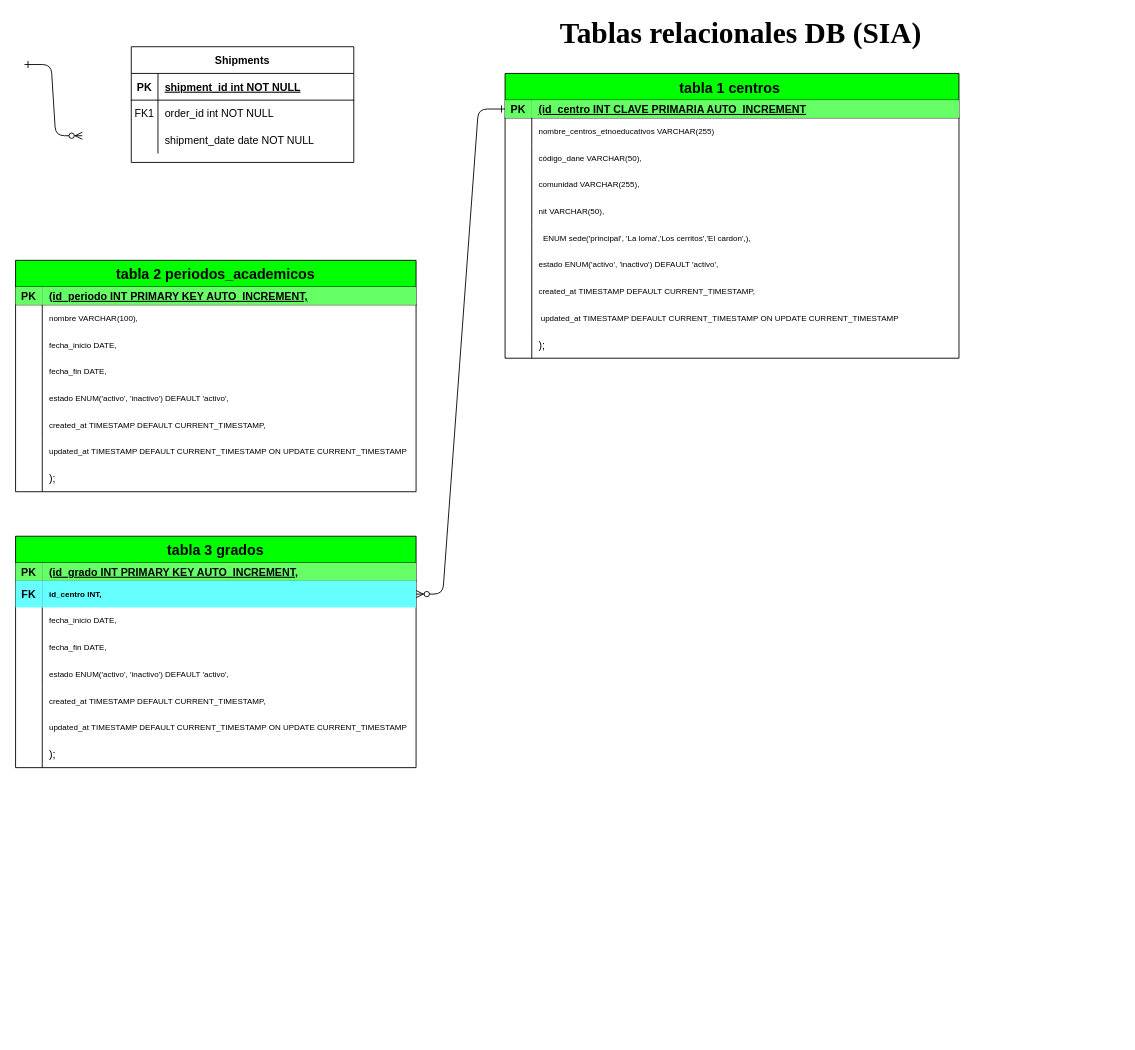
Above: digramas/Diagrama sin título.drawio in Andreszxc2001/Sistema-Integral-de-Asistencias-SIA- (draw.io), before the change. Source tidied: cells renumbered, new cells numbered last; positions are measured from the earlier drawing's top-left corner, leaving out a move shared by most shapes. Both pictures are drawn from the tidied source at 89%, with x=0, y=0 at pixel (-123, 20).
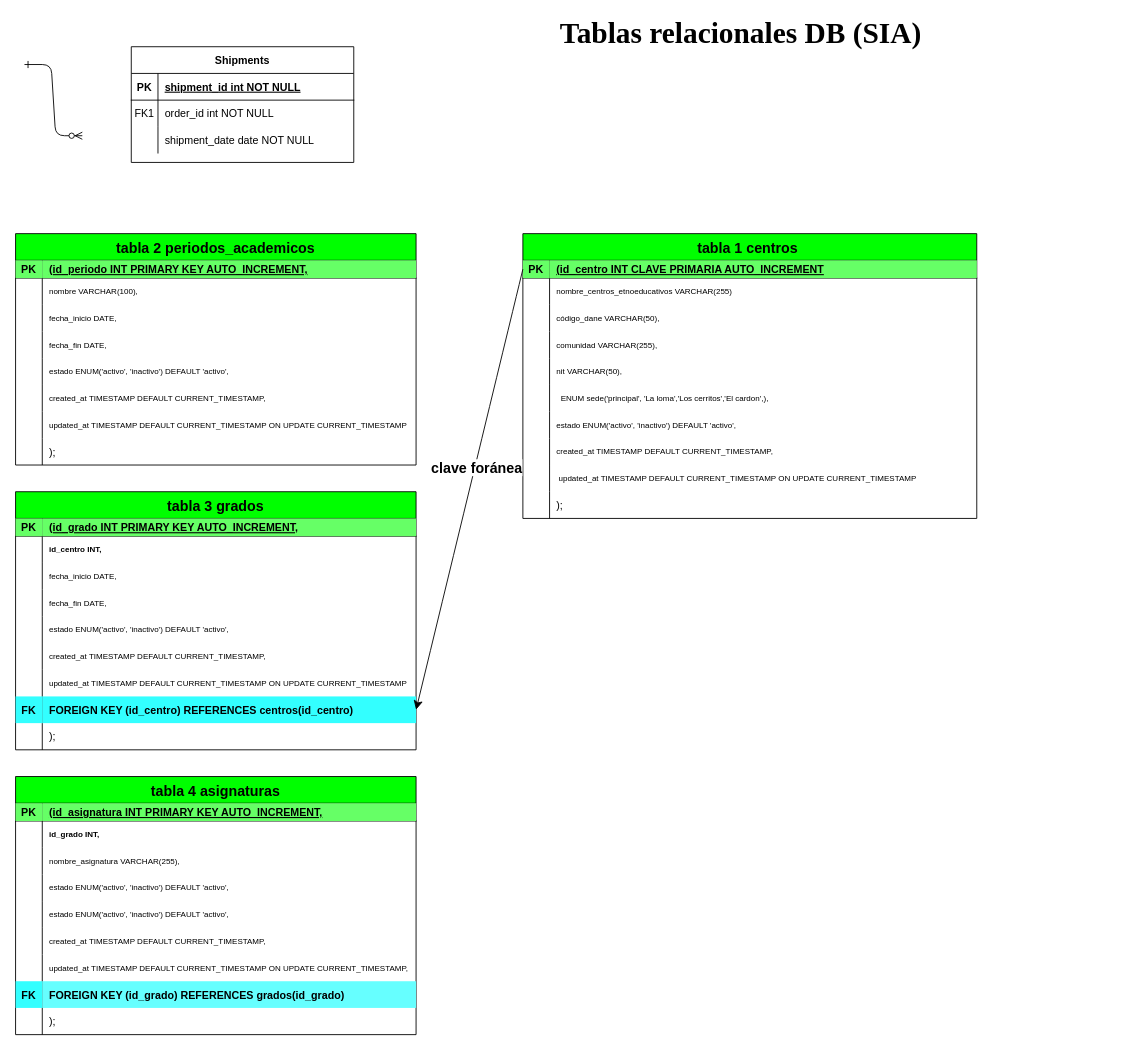
Above is the later version.

The change refers to these unchanged cells:
```xml
<mxCell id="3" style="shape=partialRectangle;fillColor=none;points=[[0,0.5],[1,0.5]];portConstraint=eastwest;top=0;left=0;right=0;bottom=1;" parent="2" vertex="1">
  <mxGeometry y="30" width="510" height="20" as="geometry" />
</mxCell>
<mxCell id="74" style="shape=partialRectangle;fillColor=none;points=[[0,0.5],[1,0.5]];portConstraint=eastwest;top=0;left=0;right=0;bottom=0;" parent="70" vertex="1">
  <mxGeometry y="50" width="450" height="30" as="geometry" />
</mxCell>
<mxCell id="92" style="shape=partialRectangle;fillColor=none;points=[[0,0.5],[1,0.5]];portConstraint=eastwest;top=0;left=0;right=0;bottom=0;" parent="70" vertex="1">
  <mxGeometry y="230" width="450" height="30" as="geometry" />
</mxCell>
```

Change to the diagram source:
```diff
@@
     <mxCell id="2" value="tabla 1 centros " style="shape=table;startSize=30;childLayout=tableLayout;rowLines=0;fontStyle=1;align=center;fillColor=#00FF00;fontSize=16;" parent="1" vertex="1">
-      <mxGeometry x="705" y="60" width="510" height="320" as="geometry" />
+      <mxGeometry x="725" y="240" width="510" height="320" as="geometry" />
     </mxCell>
@@
     <mxCell id="44" value="tabla 2 periodos_academicos" style="shape=table;startSize=30;childLayout=tableLayout;rowLines=0;fontStyle=1;align=center;fillColor=#00FF00;fontSize=16;" parent="1" vertex="1">
-      <mxGeometry x="155" y="270" width="450" height="260" as="geometry" />
+      <mxGeometry x="155" y="240" width="450" height="260" as="geometry" />
     </mxCell>
@@
     <mxCell id="70" value="tabla 3 grados" style="shape=table;startSize=30;childLayout=tableLayout;rowLines=0;fontStyle=1;align=center;fillColor=#00FF00;fontSize=16;" parent="1" vertex="1">
-      <mxGeometry x="155" y="580" width="450" height="260" as="geometry" />
+      <mxGeometry x="155" y="530" width="450" height="290" as="geometry" />
     </mxCell>
@@
-    <mxCell id="75" value="FK" style="shape=partialRectangle;overflow=hidden;fillColor=#66FFFF;top=0;left=0;bottom=0;right=0;strokeColor=#000000;fontStyle=1;" parent="74" vertex="1">
+    <mxCell id="75" style="shape=partialRectangle;overflow=hidden;fillColor=none;top=0;left=0;bottom=0;right=0;strokeColor=#000000;fontStyle=1;" parent="74" vertex="1">
       <mxGeometry width="30" height="30" as="geometry" />
     </mxCell>
-    <mxCell id="76" value="id_centro INT," style="shape=partialRectangle;overflow=hidden;fillColor=#66FFFF;top=0;left=0;bottom=0;right=0;align=left;spacingLeft=6;fontSize=9;fontStyle=1;" parent="74" vertex="1">
+    <mxCell id="76" value="id_centro INT," style="shape=partialRectangle;overflow=hidden;fillColor=none;top=0;left=0;bottom=0;right=0;align=left;spacingLeft=6;fontSize=9;fontStyle=1;" parent="74" vertex="1">
       <mxGeometry x="30" width="420" height="30" as="geometry" />
     </mxCell>
@@
-    <mxCell id="93" style="shape=partialRectangle;overflow=hidden;fillColor=none;top=0;left=0;bottom=0;right=0;" parent="92" vertex="1">
+    <mxCell id="93" value="FK" style="shape=partialRectangle;overflow=hidden;fillColor=#33FFFF;top=0;left=0;bottom=0;right=0;fontStyle=1;" parent="92" vertex="1">
       <mxGeometry width="30" height="30" as="geometry" />
     </mxCell>
-    <mxCell id="94" value=");" style="shape=partialRectangle;overflow=hidden;fillColor=none;top=0;left=0;bottom=0;right=0;align=left;spacingLeft=6;" parent="92" vertex="1">
+    <mxCell id="94" value="FOREIGN KEY (id_centro) REFERENCES centros(id_centro)" style="shape=partialRectangle;overflow=hidden;fillColor=#33FFFF;top=0;left=0;bottom=0;right=0;align=left;spacingLeft=6;fontStyle=1;" parent="92" vertex="1">
       <mxGeometry x="30" width="420" height="30" as="geometry" />
     </mxCell>
-    <mxCell id="95" style="edgeStyle=entityRelationEdgeStyle;endArrow=ERzeroToMany;startArrow=ERone;endFill=1;startFill=0;" parent="1" edge="1" source="3" target="74">
-      <mxGeometry relative="1" as="geometry" />
-    </mxCell>
+    <mxCell id="96" style="shape=partialRectangle;fillColor=none;top=0;left=0;right=0;bottom=0;" parent="70" vertex="1">
+      <mxGeometry y="260" width="450" height="30" as="geometry" />
+    </mxCell>
+    <mxCell id="97" style="shape=partialRectangle;overflow=hidden;fillColor=none;top=0;left=0;bottom=0;right=0;" parent="96" vertex="1">
+      <mxGeometry width="30" height="30" as="geometry" />
+    </mxCell>
+    <mxCell id="98" value=");" style="shape=partialRectangle;overflow=hidden;fillColor=none;top=0;left=0;bottom=0;right=0;align=left;spacingLeft=6;" parent="96" vertex="1">
+      <mxGeometry x="30" width="420" height="30" as="geometry" />
+    </mxCell>
+    <mxCell id="99" value="tabla 4 asignaturas" style="shape=table;startSize=30;childLayout=tableLayout;rowLines=0;fontStyle=1;align=center;fillColor=#00FF00;fontSize=16;" parent="1" vertex="1">
+      <mxGeometry x="155" y="850" width="450" height="290" as="geometry" />
+    </mxCell>
+    <mxCell id="100" style="shape=partialRectangle;fillColor=none;top=0;left=0;right=0;bottom=1;" parent="99" vertex="1">
+      <mxGeometry y="30" width="450" height="20" as="geometry" />
+    </mxCell>
+    <mxCell id="101" value="PK" style="shape=partialRectangle;overflow=hidden;fillColor=#66FF66;top=0;left=0;bottom=0;right=0;fontStyle=1;" parent="100" vertex="1">
+      <mxGeometry width="30" height="20" as="geometry" />
+    </mxCell>
+    <mxCell id="102" value="(id_asignatura INT PRIMARY KEY AUTO_INCREMENT," style="shape=partialRectangle;overflow=hidden;fillColor=#66FF66;top=0;left=0;bottom=0;right=0;align=left;spacingLeft=6;fontStyle=5;fontSize=12;" parent="100" vertex="1">
+      <mxGeometry x="30" width="420" height="20" as="geometry" />
+    </mxCell>
+    <mxCell id="103" style="shape=partialRectangle;fillColor=none;top=0;left=0;right=0;bottom=0;" parent="99" vertex="1">
+      <mxGeometry y="50" width="450" height="30" as="geometry" />
+    </mxCell>
+    <mxCell id="104" style="shape=partialRectangle;overflow=hidden;fillColor=none;top=0;left=0;bottom=0;right=0;strokeColor=#000000;fontStyle=1;" parent="103" vertex="1">
+      <mxGeometry width="30" height="30" as="geometry" />
+    </mxCell>
+    <mxCell id="105" value="id_grado INT," style="shape=partialRectangle;overflow=hidden;fillColor=none;top=0;left=0;bottom=0;right=0;align=left;spacingLeft=6;fontSize=9;fontStyle=1;" parent="103" vertex="1">
+      <mxGeometry x="30" width="420" height="30" as="geometry" />
+    </mxCell>
+    <mxCell id="106" style="shape=partialRectangle;fillColor=none;top=0;left=0;right=0;bottom=0;" parent="99" vertex="1">
+      <mxGeometry y="80" width="450" height="30" as="geometry" />
+    </mxCell>
+    <mxCell id="107" style="shape=partialRectangle;overflow=hidden;fillColor=none;top=0;left=0;bottom=0;right=0;" parent="106" vertex="1">
+      <mxGeometry width="30" height="30" as="geometry" />
+    </mxCell>
+    <mxCell id="108" value="nombre_asignatura VARCHAR(255)," style="shape=partialRectangle;overflow=hidden;fillColor=none;top=0;left=0;bottom=0;right=0;align=left;spacingLeft=6;fontSize=9;" parent="106" vertex="1">
+      <mxGeometry x="30" width="420" height="30" as="geometry" />
+    </mxCell>
+    <mxCell id="109" style="shape=partialRectangle;fillColor=none;top=0;left=0;right=0;bottom=0;" parent="99" vertex="1">
+      <mxGeometry y="110" width="450" height="30" as="geometry" />
+    </mxCell>
+    <mxCell id="110" style="shape=partialRectangle;overflow=hidden;fillColor=none;top=0;left=0;bottom=0;right=0;" parent="109" vertex="1">
+      <mxGeometry width="30" height="30" as="geometry" />
+    </mxCell>
+    <mxCell id="111" value="estado ENUM('activo', 'inactivo') DEFAULT 'activo'," style="shape=partialRectangle;overflow=hidden;fillColor=none;top=0;left=0;bottom=0;right=0;align=left;spacingLeft=6;fontSize=9;" parent="109" vertex="1">
+      <mxGeometry x="30" width="420" height="30" as="geometry" />
+    </mxCell>
+    <mxCell id="112" style="shape=partialRectangle;fillColor=none;top=0;left=0;right=0;bottom=0;" parent="99" vertex="1">
+      <mxGeometry y="140" width="450" height="30" as="geometry" />
+    </mxCell>
+    <mxCell id="113" style="shape=partialRectangle;overflow=hidden;fillColor=none;top=0;left=0;bottom=0;right=0;" parent="112" vertex="1">
+      <mxGeometry width="30" height="30" as="geometry" />
+    </mxCell>
+    <mxCell id="114" value="estado ENUM('activo', 'inactivo') DEFAULT 'activo'," style="shape=partialRectangle;overflow=hidden;fillColor=none;top=0;left=0;bottom=0;right=0;align=left;spacingLeft=6;fontSize=9;" parent="112" vertex="1">
+      <mxGeometry x="30" width="420" height="30" as="geometry" />
+    </mxCell>
+    <mxCell id="115" style="shape=partialRectangle;fillColor=none;top=0;left=0;right=0;bottom=0;" parent="99" vertex="1">
+      <mxGeometry y="170" width="450" height="30" as="geometry" />
+    </mxCell>
+    <mxCell id="116" style="shape=partialRectangle;overflow=hidden;fillColor=none;top=0;left=0;bottom=0;right=0;" parent="115" vertex="1">
+      <mxGeometry width="30" height="30" as="geometry" />
+    </mxCell>
+    <mxCell id="117" value="created_at TIMESTAMP DEFAULT CURRENT_TIMESTAMP," style="shape=partialRectangle;overflow=hidden;fillColor=none;top=0;left=0;bottom=0;right=0;align=left;spacingLeft=6;fontSize=9;" parent="115" vertex="1">
+      <mxGeometry x="30" width="420" height="30" as="geometry" />
+    </mxCell>
+    <mxCell id="118" style="shape=partialRectangle;fillColor=none;top=0;left=0;right=0;bottom=0;" parent="99" vertex="1">
+      <mxGeometry y="200" width="450" height="30" as="geometry" />
+    </mxCell>
+    <mxCell id="119" style="shape=partialRectangle;overflow=hidden;fillColor=none;top=0;left=0;bottom=0;right=0;" parent="118" vertex="1">
+      <mxGeometry width="30" height="30" as="geometry" />
+    </mxCell>
+    <mxCell id="120" value="updated_at TIMESTAMP DEFAULT CURRENT_TIMESTAMP ON UPDATE CURRENT_TIMESTAMP," style="shape=partialRectangle;overflow=hidden;fillColor=none;top=0;left=0;bottom=0;right=0;align=left;spacingLeft=6;fontSize=9;" parent="118" vertex="1">
+      <mxGeometry x="30" width="420" height="30" as="geometry" />
+    </mxCell>
+    <mxCell id="121" style="shape=partialRectangle;fillColor=none;top=0;left=0;right=0;bottom=0;" parent="99" vertex="1">
+      <mxGeometry y="230" width="450" height="30" as="geometry" />
+    </mxCell>
+    <mxCell id="122" value="FK" style="shape=partialRectangle;overflow=hidden;fillColor=#33FFFF;top=0;left=0;bottom=0;right=0;fontStyle=1;" parent="121" vertex="1">
+      <mxGeometry width="30" height="30" as="geometry" />
+    </mxCell>
+    <mxCell id="123" value="FOREIGN KEY (id_grado) REFERENCES grados(id_grado)" style="shape=partialRectangle;overflow=hidden;fillColor=#66FFFF;top=0;left=0;bottom=0;right=0;align=left;spacingLeft=6;fontStyle=1;" parent="121" vertex="1">
+      <mxGeometry x="30" width="420" height="30" as="geometry" />
+    </mxCell>
+    <mxCell id="124" style="shape=partialRectangle;fillColor=none;top=0;left=0;right=0;bottom=0;" parent="99" vertex="1">
+      <mxGeometry y="260" width="450" height="30" as="geometry" />
+    </mxCell>
+    <mxCell id="125" style="shape=partialRectangle;overflow=hidden;fillColor=none;top=0;left=0;bottom=0;right=0;" parent="124" vertex="1">
+      <mxGeometry width="30" height="30" as="geometry" />
+    </mxCell>
+    <mxCell id="126" value=");" style="shape=partialRectangle;overflow=hidden;fillColor=none;top=0;left=0;bottom=0;right=0;align=left;spacingLeft=6;" parent="124" vertex="1">
+      <mxGeometry x="30" width="420" height="30" as="geometry" />
+    </mxCell>
+    <mxCell id="127" style="edgeStyle=none;curved=1;rounded=0;jettySize=auto;html=1;entryX=1;entryY=0.5;entryDx=0;entryDy=0;fontSize=12;startSize=8;endSize=8;exitX=0;exitY=0.5;exitDx=0;exitDy=0;" parent="1" edge="1" source="3" target="92">
+      <mxGeometry relative="1" as="geometry" />
+    </mxCell>
+    <mxCell id="128" value="&lt;font style=&quot;font-size: 16px;&quot;&gt;&lt;b&gt;clave foránea&lt;/b&gt;&lt;/font&gt;" style="edgeLabel;html=1;align=center;verticalAlign=middle;fontSize=12;" parent="127" vertex="1">
+      <mxGeometry x="-0.1" y="1" relative="1" as="geometry" />
+    </mxCell>
```
